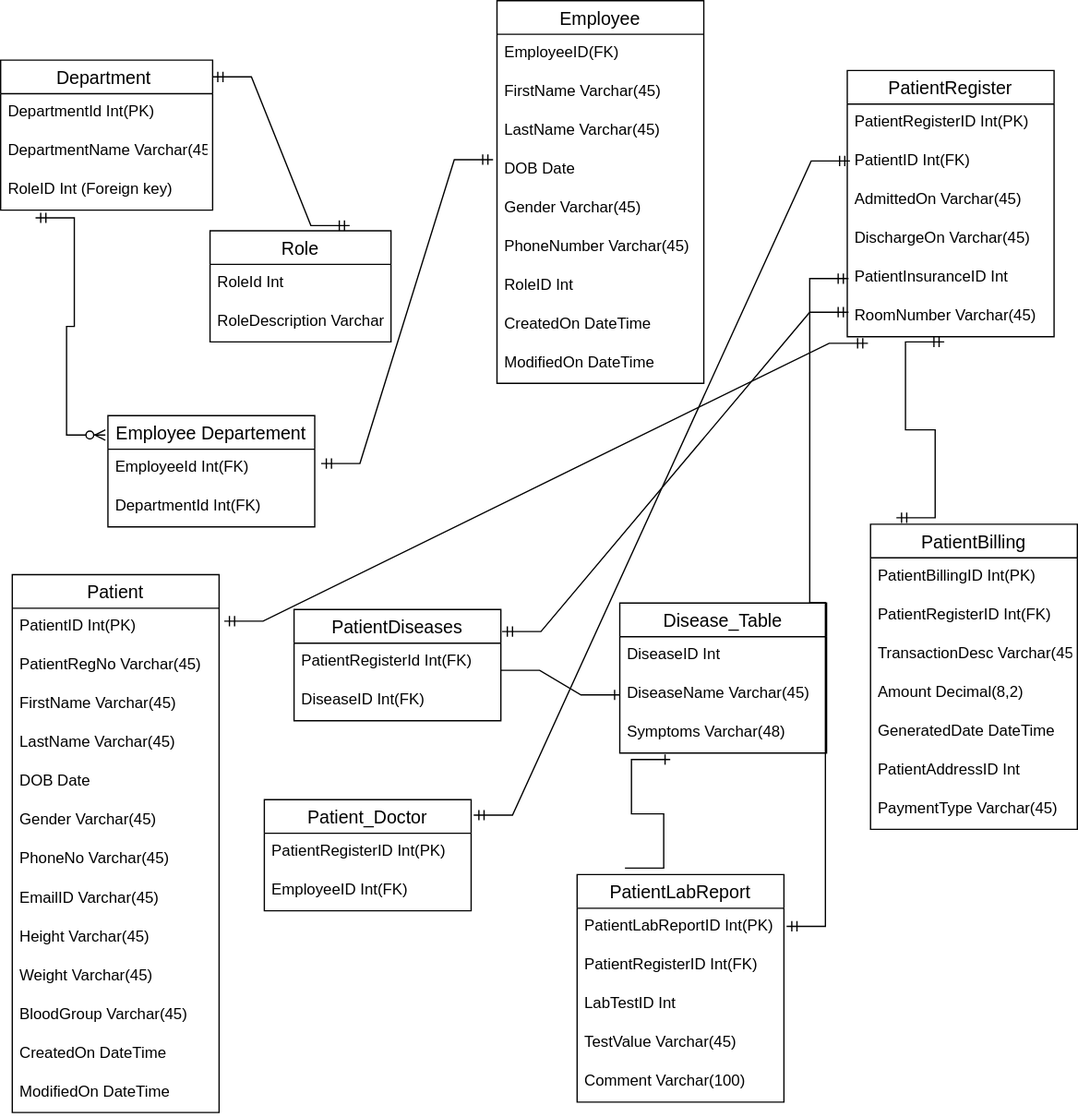
Earlier version of the draw.io export Hospital Management System/Hospital Management System.drawio.svg (Mahima-01/Training-Repository). Source tidied: cells renumbered, new cells last; positions are measured from the earlier drawing's top-left corner, leaving out a move shared by most shapes.
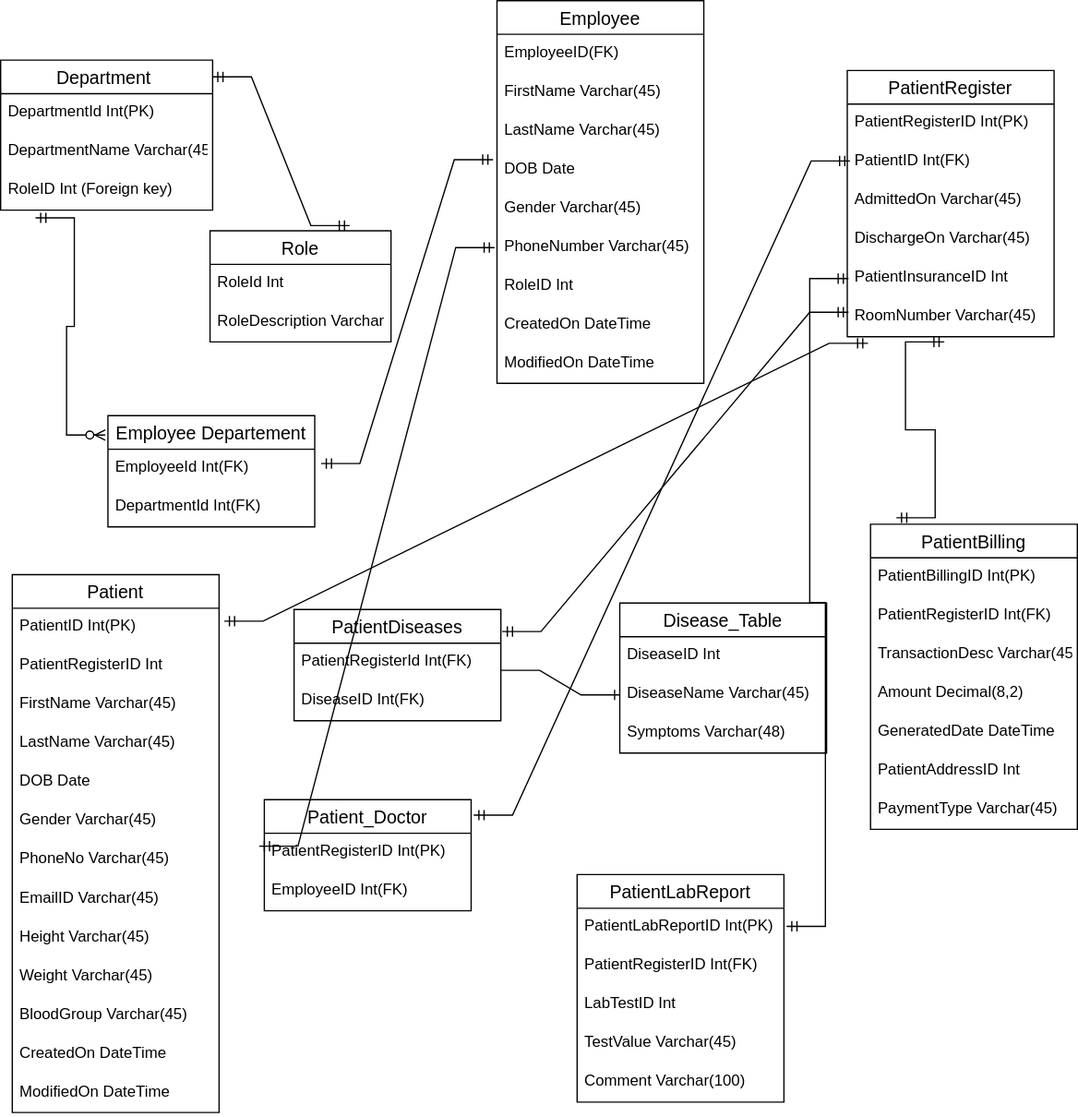
After the commit.

Commit message:
Establishing Relationships Between Tables

Change to the diagram source:
```diff
@@ -146,7 +146,7 @@
     <mxCell id="48" value="PatientID Int(PK)" style="text;strokeColor=none;fillColor=none;spacingLeft=4;spacingRight=4;overflow=hidden;points=[[0,0.5],[1,0.5]];portConstraint=eastwest;fontSize=12;" parent="47" vertex="1">
       <mxGeometry y="26" width="160" height="30" as="geometry" />
     </mxCell>
-    <mxCell id="49" value="PatientRegNo Varchar(45)" style="text;strokeColor=none;fillColor=none;spacingLeft=4;spacingRight=4;overflow=hidden;fontSize=12;" parent="47" vertex="1">
+    <mxCell id="49" value="PatientRegisterID Int" style="text;strokeColor=none;fillColor=none;spacingLeft=4;spacingRight=4;overflow=hidden;fontSize=12;" parent="47" vertex="1">
       <mxGeometry y="56" width="160" height="30" as="geometry" />
     </mxCell>
     <mxCell id="50" value="FirstName Varchar(45)" style="text;strokeColor=none;fillColor=none;spacingLeft=4;spacingRight=4;overflow=hidden;fontSize=12;" parent="47" vertex="1">
@@ -206,11 +206,6 @@
     <mxCell id="68" style="edgeStyle=entityRelationEdgeStyle;fontSize=12;html=1;endArrow=ERone;endFill=1;rounded=0;exitX=1;exitY=0.7;exitDx=0;exitDy=0;exitPerimeter=0;" parent="1" edge="1" source="24" target="66">
       <mxGeometry relative="1" as="geometry" />
     </mxCell>
-    <mxCell id="69" style="edgeStyle=entityRelationEdgeStyle;fontSize=12;html=1;endArrow=ERone;endFill=1;rounded=0;entryX=0.244;entryY=1.167;entryDx=0;entryDy=0;entryPerimeter=0;" parent="1" edge="1" target="67">
-      <mxGeometry relative="1" as="geometry">
-        <mxPoint x="483" y="671" as="sourcePoint" />
-      </mxGeometry>
-    </mxCell>
     <mxCell id="70" style="edgeStyle=entityRelationEdgeStyle;fontSize=12;html=1;endArrow=ERmandOne;startArrow=ERmandOne;rounded=0;entryX=0.469;entryY=1.133;entryDx=0;entryDy=0;entryPerimeter=0;" parent="1" edge="1" target="40">
       <mxGeometry relative="1" as="geometry">
         <mxPoint x="693" y="400" as="sourcePoint" />
@@ -240,5 +235,8 @@
     <mxCell id="76" style="edgeStyle=entityRelationEdgeStyle;fontSize=12;html=1;endArrow=ERmandOne;startArrow=ERmandOne;rounded=0;entryX=0.006;entryY=0.5;entryDx=0;entryDy=0;entryPerimeter=0;exitX=1.013;exitY=0.467;exitDx=0;exitDy=0;exitPerimeter=0;" parent="1" edge="1" source="42" target="39">
       <mxGeometry relative="1" as="geometry" />
     </mxCell>
+    <mxCell id="77" style="edgeStyle=entityRelationEdgeStyle;fontSize=12;html=1;endArrow=ERmandOne;startArrow=ERmandOne;rounded=0;exitX=-0.025;exitY=0.333;exitDx=0;exitDy=0;exitPerimeter=0;entryX=-0.012;entryY=0.5;entryDx=0;entryDy=0;entryPerimeter=0;" parent="1" edge="1" source="62" target="19">
+      <mxGeometry relative="1" as="geometry" />
+    </mxCell>
   </root>
 </mxGraphModel>
```
